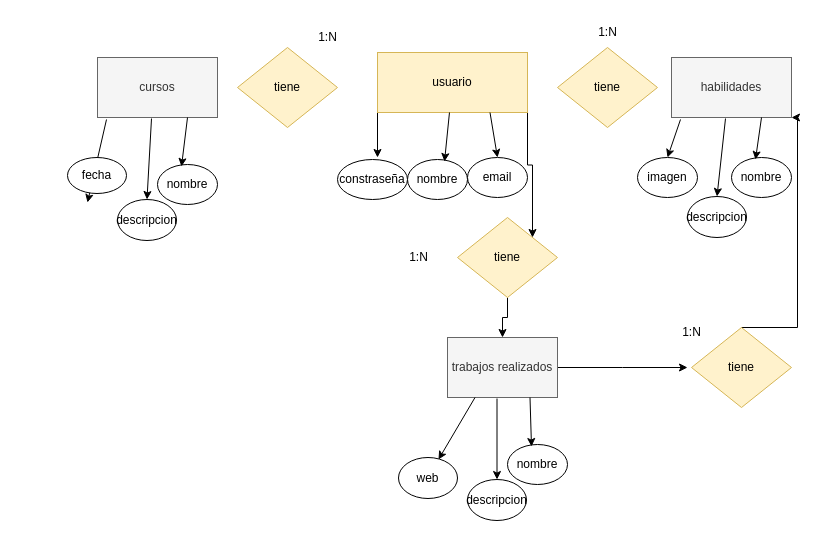
The draw.io diagram Diagrama sin título.drawio in Elianhad/backend-portfolio-hadad, before the edit. Source tidied: cells renumbered, new cells numbered last; positions are measured from the earlier drawing's top-left corner, leaving out a move shared by most shapes. Both pictures are drawn from the tidied source at 100%, with x=0, y=0 at pixel (67, 17).
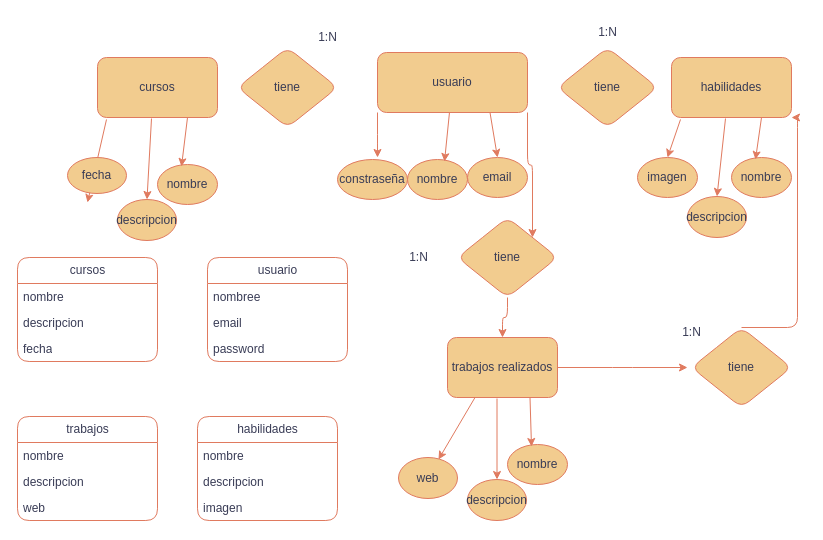
The same page after the edit.

The edit, as a diff of the source:
```diff
@@
-    <mxCell id="2" style="edgeStyle=orthogonalEdgeStyle;rounded=0;jettySize=auto;html=1;exitX=0;exitY=1;exitDx=0;exitDy=0;" parent="1" edge="1" source="4">
+    <mxCell id="2" style="edgeStyle=orthogonalEdgeStyle;rounded=1;jettySize=auto;html=1;exitX=0;exitY=1;exitDx=0;exitDy=0;labelBackgroundColor=none;strokeColor=#E07A5F;fontColor=default;" parent="1" edge="1" source="4">
       <mxGeometry relative="1" as="geometry">
         <mxPoint x="310" y="140" as="targetPoint" />
       </mxGeometry>
     </mxCell>
-    <mxCell id="3" style="edgeStyle=orthogonalEdgeStyle;rounded=0;jettySize=auto;html=1;exitX=1;exitY=1;exitDx=0;exitDy=0;entryX=1;entryY=0;entryDx=0;entryDy=0;" parent="1" edge="1" source="4" target="35">
+    <mxCell id="3" style="edgeStyle=orthogonalEdgeStyle;rounded=1;jettySize=auto;html=1;exitX=1;exitY=1;exitDx=0;exitDy=0;entryX=1;entryY=0;entryDx=0;entryDy=0;labelBackgroundColor=none;strokeColor=#E07A5F;fontColor=default;" parent="1" edge="1" source="4" target="35">
       <mxGeometry relative="1" as="geometry" />
     </mxCell>
-    <mxCell id="4" value="usuario" style="rounded=0;whiteSpace=wrap;html=1;fillColor=#fff2cc;strokeColor=#d6b656;" parent="1" vertex="1">
+    <mxCell id="4" value="usuario" style="rounded=1;whiteSpace=wrap;html=1;fillColor=#F2CC8F;strokeColor=#E07A5F;labelBackgroundColor=none;fontColor=#393C56;" parent="1" vertex="1">
       <mxGeometry x="310" y="35" width="150" height="60" as="geometry" />
     </mxCell>
-    <mxCell id="5" value="habilidades" style="rounded=0;whiteSpace=wrap;html=1;fillColor=#f5f5f5;fontColor=#333333;strokeColor=#666666;" parent="1" vertex="1">
+    <mxCell id="5" value="habilidades" style="rounded=1;whiteSpace=wrap;html=1;fillColor=#F2CC8F;fontColor=#393C56;strokeColor=#E07A5F;labelBackgroundColor=none;" parent="1" vertex="1">
       <mxGeometry x="604" y="40" width="120" height="60" as="geometry" />
     </mxCell>
-    <mxCell id="6" value="tiene" style="rhombus;whiteSpace=wrap;html=1;fillColor=#fff2cc;strokeColor=#d6b656;" parent="1" vertex="1">
+    <mxCell id="6" value="tiene" style="rhombus;whiteSpace=wrap;html=1;fillColor=#F2CC8F;strokeColor=#E07A5F;labelBackgroundColor=none;fontColor=#393C56;rounded=1;" parent="1" vertex="1">
       <mxGeometry x="490" y="30" width="100" height="80" as="geometry" />
     </mxCell>
-    <mxCell id="7" value="nombre" style="ellipse;whiteSpace=wrap;html=1;" parent="1" vertex="1">
+    <mxCell id="7" value="nombre" style="ellipse;whiteSpace=wrap;html=1;labelBackgroundColor=none;fillColor=#F2CC8F;strokeColor=#E07A5F;fontColor=#393C56;rounded=1;" parent="1" vertex="1">
       <mxGeometry x="340" y="142" width="60" height="40" as="geometry" />
     </mxCell>
-    <mxCell id="8" value="constraseña" style="ellipse;whiteSpace=wrap;html=1;" parent="1" vertex="1">
+    <mxCell id="8" value="constraseña" style="ellipse;whiteSpace=wrap;html=1;labelBackgroundColor=none;fillColor=#F2CC8F;strokeColor=#E07A5F;fontColor=#393C56;rounded=1;" parent="1" vertex="1">
       <mxGeometry x="270" y="142" width="70" height="40" as="geometry" />
     </mxCell>
-    <mxCell id="9" value="email" style="ellipse;whiteSpace=wrap;html=1;" parent="1" vertex="1">
+    <mxCell id="9" value="email" style="ellipse;whiteSpace=wrap;html=1;labelBackgroundColor=none;fillColor=#F2CC8F;strokeColor=#E07A5F;fontColor=#393C56;rounded=1;" parent="1" vertex="1">
       <mxGeometry x="400" y="140" width="60" height="40" as="geometry" />
     </mxCell>
-    <mxCell id="10" style="endArrow=classic;html=1;rounded=0;entryX=0.617;entryY=0.05;entryDx=0;entryDy=0;entryPerimeter=0;" parent="1" edge="1" source="4" target="7">
+    <mxCell id="10" style="endArrow=classic;html=1;rounded=1;entryX=0.617;entryY=0.05;entryDx=0;entryDy=0;entryPerimeter=0;labelBackgroundColor=none;strokeColor=#E07A5F;fontColor=default;" parent="1" edge="1" source="4" target="7">
       <mxGeometry relative="1" as="geometry" />
     </mxCell>
-    <mxCell id="11" style="endArrow=classic;html=1;rounded=0;exitX=0.75;exitY=1;exitDx=0;exitDy=0;entryX=0.5;entryY=0;entryDx=0;entryDy=0;" parent="1" edge="1" source="4" target="9">
+    <mxCell id="11" style="endArrow=classic;html=1;rounded=1;exitX=0.75;exitY=1;exitDx=0;exitDy=0;entryX=0.5;entryY=0;entryDx=0;entryDy=0;labelBackgroundColor=none;strokeColor=#E07A5F;fontColor=default;" parent="1" edge="1" source="4" target="9">
       <mxGeometry relative="1" as="geometry" />
     </mxCell>
-    <mxCell id="12" value="imagen" style="ellipse;whiteSpace=wrap;html=1;" parent="1" vertex="1">
+    <mxCell id="12" value="imagen" style="ellipse;whiteSpace=wrap;html=1;labelBackgroundColor=none;fillColor=#F2CC8F;strokeColor=#E07A5F;fontColor=#393C56;rounded=1;" parent="1" vertex="1">
       <mxGeometry x="570" y="140" width="60" height="40" as="geometry" />
     </mxCell>
-    <mxCell id="13" value="nombre" style="ellipse;whiteSpace=wrap;html=1;" parent="1" vertex="1">
+    <mxCell id="13" value="nombre" style="ellipse;whiteSpace=wrap;html=1;labelBackgroundColor=none;fillColor=#F2CC8F;strokeColor=#E07A5F;fontColor=#393C56;rounded=1;" parent="1" vertex="1">
       <mxGeometry x="664" y="140" width="60" height="40" as="geometry" />
     </mxCell>
-    <mxCell id="14" value="descripcion" style="ellipse;whiteSpace=wrap;html=1;" parent="1" vertex="1">
+    <mxCell id="14" value="descripcion" style="ellipse;whiteSpace=wrap;html=1;labelBackgroundColor=none;fillColor=#F2CC8F;strokeColor=#E07A5F;fontColor=#393C56;rounded=1;" parent="1" vertex="1">
       <mxGeometry x="620" y="179" width="59" height="41" as="geometry" />
     </mxCell>
-    <mxCell id="15" style="endArrow=classic;html=1;rounded=0;exitX=0.075;exitY=1.033;exitDx=0;exitDy=0;exitPerimeter=0;entryX=0.5;entryY=0;entryDx=0;entryDy=0;" parent="1" edge="1" source="5" target="12">
+    <mxCell id="15" style="endArrow=classic;html=1;rounded=1;exitX=0.075;exitY=1.033;exitDx=0;exitDy=0;exitPerimeter=0;entryX=0.5;entryY=0;entryDx=0;entryDy=0;labelBackgroundColor=none;strokeColor=#E07A5F;fontColor=default;" parent="1" edge="1" source="5" target="12">
       <mxGeometry relative="1" as="geometry" />
     </mxCell>
-    <mxCell id="16" style="endArrow=classic;html=1;rounded=0;exitX=0.45;exitY=1.017;exitDx=0;exitDy=0;exitPerimeter=0;entryX=0.5;entryY=0;entryDx=0;entryDy=0;" parent="1" edge="1" source="5" target="14">
+    <mxCell id="16" style="endArrow=classic;html=1;rounded=1;exitX=0.45;exitY=1.017;exitDx=0;exitDy=0;exitPerimeter=0;entryX=0.5;entryY=0;entryDx=0;entryDy=0;labelBackgroundColor=none;strokeColor=#E07A5F;fontColor=default;" parent="1" edge="1" source="5" target="14">
       <mxGeometry relative="1" as="geometry" />
     </mxCell>
-    <mxCell id="17" style="endArrow=classic;html=1;rounded=0;exitX=0.75;exitY=1;exitDx=0;exitDy=0;entryX=0.4;entryY=0.05;entryDx=0;entryDy=0;entryPerimeter=0;" parent="1" edge="1" source="5" target="13">
+    <mxCell id="17" style="endArrow=classic;html=1;rounded=1;exitX=0.75;exitY=1;exitDx=0;exitDy=0;entryX=0.4;entryY=0.05;entryDx=0;entryDy=0;entryPerimeter=0;labelBackgroundColor=none;strokeColor=#E07A5F;fontColor=default;" parent="1" edge="1" source="5" target="13">
       <mxGeometry relative="1" as="geometry" />
     </mxCell>
-    <mxCell id="18" value="1:N" style="text;html=1;align=center;verticalAlign=middle;strokeColor=none;fillColor=none;" parent="1" vertex="1">
+    <mxCell id="18" value="1:N" style="text;html=1;align=center;verticalAlign=middle;strokeColor=none;fillColor=none;labelBackgroundColor=none;fontColor=#393C56;rounded=1;" parent="1" vertex="1">
       <mxGeometry x="240" y="5" width="40" height="30" as="geometry" />
     </mxCell>
-    <mxCell id="19" value="tiene" style="rhombus;whiteSpace=wrap;html=1;fillColor=#fff2cc;strokeColor=#d6b656;" parent="1" vertex="1">
+    <mxCell id="19" value="tiene" style="rhombus;whiteSpace=wrap;html=1;fillColor=#F2CC8F;strokeColor=#E07A5F;labelBackgroundColor=none;fontColor=#393C56;rounded=1;" parent="1" vertex="1">
       <mxGeometry x="170" y="30" width="100" height="80" as="geometry" />
     </mxCell>
-    <mxCell id="20" value="cursos" style="rounded=0;whiteSpace=wrap;html=1;fillColor=#f5f5f5;fontColor=#333333;strokeColor=#666666;" parent="1" vertex="1">
+    <mxCell id="20" value="cursos" style="rounded=1;whiteSpace=wrap;html=1;fillColor=#F2CC8F;fontColor=#393C56;strokeColor=#E07A5F;labelBackgroundColor=none;" parent="1" vertex="1">
       <mxGeometry x="30" y="40" width="120" height="60" as="geometry" />
     </mxCell>
-    <mxCell id="21" value="nombre" style="ellipse;whiteSpace=wrap;html=1;" parent="1" vertex="1">
+    <mxCell id="21" value="nombre" style="ellipse;whiteSpace=wrap;html=1;labelBackgroundColor=none;fillColor=#F2CC8F;strokeColor=#E07A5F;fontColor=#393C56;rounded=1;" parent="1" vertex="1">
       <mxGeometry x="90" y="147" width="60" height="40" as="geometry" />
     </mxCell>
-    <mxCell id="22" value="descripcion" style="ellipse;whiteSpace=wrap;html=1;" parent="1" vertex="1">
+    <mxCell id="22" value="descripcion" style="ellipse;whiteSpace=wrap;html=1;labelBackgroundColor=none;fillColor=#F2CC8F;strokeColor=#E07A5F;fontColor=#393C56;rounded=1;" parent="1" vertex="1">
       <mxGeometry x="50" y="182" width="59" height="41" as="geometry" />
     </mxCell>
-    <mxCell id="23" style="endArrow=classic;html=1;rounded=0;exitX=0.075;exitY=1.033;exitDx=0;exitDy=0;exitPerimeter=0;entryX=0.5;entryY=0;entryDx=0;entryDy=0;" parent="1" edge="1" source="20">
+    <mxCell id="23" style="endArrow=classic;html=1;rounded=1;exitX=0.075;exitY=1.033;exitDx=0;exitDy=0;exitPerimeter=0;entryX=0.5;entryY=0;entryDx=0;entryDy=0;labelBackgroundColor=none;strokeColor=#E07A5F;fontColor=default;" parent="1" edge="1" source="20">
       <mxGeometry relative="1" as="geometry">
         <mxPoint x="20" y="185" as="targetPoint" />
       </mxGeometry>
     </mxCell>
-    <mxCell id="24" style="endArrow=classic;html=1;rounded=0;exitX=0.45;exitY=1.017;exitDx=0;exitDy=0;exitPerimeter=0;entryX=0.5;entryY=0;entryDx=0;entryDy=0;" parent="1" edge="1" source="20" target="22">
+    <mxCell id="24" style="endArrow=classic;html=1;rounded=1;exitX=0.45;exitY=1.017;exitDx=0;exitDy=0;exitPerimeter=0;entryX=0.5;entryY=0;entryDx=0;entryDy=0;labelBackgroundColor=none;strokeColor=#E07A5F;fontColor=default;" parent="1" edge="1" source="20" target="22">
       <mxGeometry relative="1" as="geometry" />
     </mxCell>
-    <mxCell id="25" style="endArrow=classic;html=1;rounded=0;exitX=0.75;exitY=1;exitDx=0;exitDy=0;entryX=0.4;entryY=0.05;entryDx=0;entryDy=0;entryPerimeter=0;" parent="1" edge="1" source="20" target="21">
+    <mxCell id="25" style="endArrow=classic;html=1;rounded=1;exitX=0.75;exitY=1;exitDx=0;exitDy=0;entryX=0.4;entryY=0.05;entryDx=0;entryDy=0;entryPerimeter=0;labelBackgroundColor=none;strokeColor=#E07A5F;fontColor=default;" parent="1" edge="1" source="20" target="21">
       <mxGeometry relative="1" as="geometry" />
     </mxCell>
-    <mxCell id="26" value="fecha" style="ellipse;whiteSpace=wrap;html=1;" parent="1" vertex="1">
+    <mxCell id="26" value="fecha" style="ellipse;whiteSpace=wrap;html=1;labelBackgroundColor=none;fillColor=#F2CC8F;strokeColor=#E07A5F;fontColor=#393C56;rounded=1;" parent="1" vertex="1">
       <mxGeometry y="140" width="59" height="36" as="geometry" />
     </mxCell>
-    <mxCell id="27" value="1:N" style="text;html=1;align=center;verticalAlign=middle;strokeColor=none;fillColor=none;" parent="1" vertex="1">
+    <mxCell id="27" value="1:N" style="text;html=1;align=center;verticalAlign=middle;strokeColor=none;fillColor=none;labelBackgroundColor=none;fontColor=#393C56;rounded=1;" parent="1" vertex="1">
       <mxGeometry x="520" width="40" height="30" as="geometry" />
     </mxCell>
-    <mxCell id="28" style="edgeStyle=orthogonalEdgeStyle;rounded=0;jettySize=auto;html=1;" parent="1" edge="1" source="29">
+    <mxCell id="28" style="edgeStyle=orthogonalEdgeStyle;rounded=1;jettySize=auto;html=1;labelBackgroundColor=none;strokeColor=#E07A5F;fontColor=default;" parent="1" edge="1" source="29">
       <mxGeometry relative="1" as="geometry">
         <mxPoint x="620" y="350" as="targetPoint" />
       </mxGeometry>
     </mxCell>
-    <mxCell id="29" value="trabajos realizados" style="rounded=0;whiteSpace=wrap;html=1;fillColor=#f5f5f5;fontColor=#333333;strokeColor=#666666;" parent="1" vertex="1">
+    <mxCell id="29" value="trabajos realizados" style="rounded=1;whiteSpace=wrap;html=1;fillColor=#F2CC8F;fontColor=#393C56;strokeColor=#E07A5F;labelBackgroundColor=none;" parent="1" vertex="1">
       <mxGeometry x="380" y="320" width="110" height="60" as="geometry" />
     </mxCell>
-    <mxCell id="30" value="nombre" style="ellipse;whiteSpace=wrap;html=1;" parent="1" vertex="1">
+    <mxCell id="30" value="nombre" style="ellipse;whiteSpace=wrap;html=1;labelBackgroundColor=none;fillColor=#F2CC8F;strokeColor=#E07A5F;fontColor=#393C56;rounded=1;" parent="1" vertex="1">
       <mxGeometry x="440" y="427" width="60" height="40" as="geometry" />
     </mxCell>
-    <mxCell id="31" value="descripcion" style="ellipse;whiteSpace=wrap;html=1;" parent="1" vertex="1">
+    <mxCell id="31" value="descripcion" style="ellipse;whiteSpace=wrap;html=1;labelBackgroundColor=none;fillColor=#F2CC8F;strokeColor=#E07A5F;fontColor=#393C56;rounded=1;" parent="1" vertex="1">
       <mxGeometry x="400" y="462" width="59" height="41" as="geometry" />
     </mxCell>
-    <mxCell id="32" style="endArrow=classic;html=1;rounded=0;exitX=0.45;exitY=1.017;exitDx=0;exitDy=0;exitPerimeter=0;entryX=0.5;entryY=0;entryDx=0;entryDy=0;" parent="1" edge="1" source="29" target="31">
+    <mxCell id="32" style="endArrow=classic;html=1;rounded=1;exitX=0.45;exitY=1.017;exitDx=0;exitDy=0;exitPerimeter=0;entryX=0.5;entryY=0;entryDx=0;entryDy=0;labelBackgroundColor=none;strokeColor=#E07A5F;fontColor=default;" parent="1" edge="1" source="29" target="31">
       <mxGeometry relative="1" as="geometry" />
     </mxCell>
-    <mxCell id="33" style="endArrow=classic;html=1;rounded=0;exitX=0.75;exitY=1;exitDx=0;exitDy=0;entryX=0.4;entryY=0.05;entryDx=0;entryDy=0;entryPerimeter=0;" parent="1" edge="1" source="29" target="30">
+    <mxCell id="33" style="endArrow=classic;html=1;rounded=1;exitX=0.75;exitY=1;exitDx=0;exitDy=0;entryX=0.4;entryY=0.05;entryDx=0;entryDy=0;entryPerimeter=0;labelBackgroundColor=none;strokeColor=#E07A5F;fontColor=default;" parent="1" edge="1" source="29" target="30">
       <mxGeometry relative="1" as="geometry" />
     </mxCell>
-    <mxCell id="34" style="edgeStyle=orthogonalEdgeStyle;rounded=0;jettySize=auto;html=1;exitX=0.5;exitY=1;exitDx=0;exitDy=0;entryX=0.5;entryY=0;entryDx=0;entryDy=0;" parent="1" edge="1" source="35" target="29">
+    <mxCell id="34" style="edgeStyle=orthogonalEdgeStyle;rounded=1;jettySize=auto;html=1;exitX=0.5;exitY=1;exitDx=0;exitDy=0;entryX=0.5;entryY=0;entryDx=0;entryDy=0;labelBackgroundColor=none;strokeColor=#E07A5F;fontColor=default;" parent="1" edge="1" source="35" target="29">
       <mxGeometry relative="1" as="geometry" />
     </mxCell>
-    <mxCell id="35" value="tiene" style="rhombus;whiteSpace=wrap;html=1;fillColor=#fff2cc;strokeColor=#d6b656;" parent="1" vertex="1">
+    <mxCell id="35" value="tiene" style="rhombus;whiteSpace=wrap;html=1;fillColor=#F2CC8F;strokeColor=#E07A5F;labelBackgroundColor=none;fontColor=#393C56;rounded=1;" parent="1" vertex="1">
       <mxGeometry x="390" y="200" width="100" height="80" as="geometry" />
     </mxCell>
-    <mxCell id="36" style="edgeStyle=orthogonalEdgeStyle;rounded=0;jettySize=auto;html=1;exitX=0.5;exitY=0;exitDx=0;exitDy=0;entryX=1;entryY=1;entryDx=0;entryDy=0;" parent="1" edge="1" source="37" target="5">
+    <mxCell id="36" style="edgeStyle=orthogonalEdgeStyle;rounded=1;jettySize=auto;html=1;exitX=0.5;exitY=0;exitDx=0;exitDy=0;entryX=1;entryY=1;entryDx=0;entryDy=0;labelBackgroundColor=none;strokeColor=#E07A5F;fontColor=default;" parent="1" edge="1" source="37" target="5">
       <mxGeometry relative="1" as="geometry">
         <Array as="points">
           <mxPoint x="730" y="310" />
           <mxPoint x="730" y="100" />
         </Array>
       </mxGeometry>
     </mxCell>
-    <mxCell id="37" value="tiene" style="rhombus;whiteSpace=wrap;html=1;fillColor=#fff2cc;strokeColor=#d6b656;" parent="1" vertex="1">
+    <mxCell id="37" value="tiene" style="rhombus;whiteSpace=wrap;html=1;fillColor=#F2CC8F;strokeColor=#E07A5F;labelBackgroundColor=none;fontColor=#393C56;rounded=1;" parent="1" vertex="1">
       <mxGeometry x="624" y="310" width="100" height="80" as="geometry" />
     </mxCell>
-    <mxCell id="38" value="web" style="ellipse;whiteSpace=wrap;html=1;" parent="1" vertex="1">
+    <mxCell id="38" value="web" style="ellipse;whiteSpace=wrap;html=1;labelBackgroundColor=none;fillColor=#F2CC8F;strokeColor=#E07A5F;fontColor=#393C56;rounded=1;" parent="1" vertex="1">
       <mxGeometry x="331" y="440" width="59" height="41" as="geometry" />
     </mxCell>
-    <mxCell id="39" style="edgeStyle=none;jettySize=auto;html=1;rounded=0;exitX=0.25;exitY=1;exitDx=0;exitDy=0;entryX=0.678;entryY=0.049;entryDx=0;entryDy=0;entryPerimeter=0;" parent="1" edge="1" source="29" target="38">
+    <mxCell id="39" style="edgeStyle=none;jettySize=auto;html=1;rounded=1;exitX=0.25;exitY=1;exitDx=0;exitDy=0;entryX=0.678;entryY=0.049;entryDx=0;entryDy=0;entryPerimeter=0;labelBackgroundColor=none;strokeColor=#E07A5F;fontColor=default;" parent="1" edge="1" source="29" target="38">
       <mxGeometry relative="1" as="geometry" />
     </mxCell>
-    <mxCell id="40" value="1:N" style="text;html=1;align=center;verticalAlign=middle;strokeColor=none;fillColor=none;" parent="1" vertex="1">
+    <mxCell id="40" value="1:N" style="text;html=1;align=center;verticalAlign=middle;strokeColor=none;fillColor=none;labelBackgroundColor=none;fontColor=#393C56;rounded=1;" parent="1" vertex="1">
       <mxGeometry x="331" y="225" width="40" height="30" as="geometry" />
     </mxCell>
-    <mxCell id="41" value="1:N" style="text;html=1;align=center;verticalAlign=middle;strokeColor=none;fillColor=none;" parent="1" vertex="1">
+    <mxCell id="41" value="1:N" style="text;html=1;align=center;verticalAlign=middle;strokeColor=none;fillColor=none;labelBackgroundColor=none;fontColor=#393C56;rounded=1;" parent="1" vertex="1">
       <mxGeometry x="604" y="300" width="40" height="30" as="geometry" />
     </mxCell>
+    <mxCell id="42" value="cursos" style="swimlane;fontStyle=0;horizontal=1;startSize=26;fillColor=none;html=1;labelBackgroundColor=none;strokeColor=#E07A5F;fontColor=#393C56;rounded=1;" parent="1" vertex="1">
+      <mxGeometry x="-50" y="240" width="140" height="104" as="geometry" />
+    </mxCell>
+    <mxCell id="43" value="nombre&lt;span style=&quot;white-space: pre;&quot;&gt; &lt;/span&gt;" style="text;strokeColor=none;fillColor=none;align=left;verticalAlign=top;spacingLeft=4;spacingRight=4;overflow=hidden;whiteSpace=wrap;html=1;labelBackgroundColor=none;fontColor=#393C56;rounded=1;" parent="42" vertex="1">
+      <mxGeometry y="26" width="140" height="26" as="geometry" />
+    </mxCell>
+    <mxCell id="44" value="descripcion" style="text;strokeColor=none;fillColor=none;align=left;verticalAlign=top;spacingLeft=4;spacingRight=4;overflow=hidden;whiteSpace=wrap;html=1;labelBackgroundColor=none;fontColor=#393C56;rounded=1;" parent="42" vertex="1">
+      <mxGeometry y="52" width="140" height="26" as="geometry" />
+    </mxCell>
+    <mxCell id="45" value="fecha" style="text;strokeColor=none;fillColor=none;align=left;verticalAlign=top;spacingLeft=4;spacingRight=4;overflow=hidden;whiteSpace=wrap;html=1;labelBackgroundColor=none;fontColor=#393C56;rounded=1;" parent="42" vertex="1">
+      <mxGeometry y="78" width="140" height="26" as="geometry" />
+    </mxCell>
+    <mxCell id="46" value="usuario" style="swimlane;fontStyle=0;horizontal=1;startSize=26;fillColor=none;html=1;labelBackgroundColor=none;strokeColor=#E07A5F;fontColor=#393C56;rounded=1;" parent="1" vertex="1">
+      <mxGeometry x="140" y="240" width="140" height="104" as="geometry" />
+    </mxCell>
+    <mxCell id="47" value="nombree" style="text;strokeColor=none;fillColor=none;align=left;verticalAlign=top;spacingLeft=4;spacingRight=4;overflow=hidden;whiteSpace=wrap;html=1;labelBackgroundColor=none;fontColor=#393C56;rounded=1;" parent="46" vertex="1">
+      <mxGeometry y="26" width="140" height="26" as="geometry" />
+    </mxCell>
+    <mxCell id="48" value="email" style="text;strokeColor=none;fillColor=none;align=left;verticalAlign=top;spacingLeft=4;spacingRight=4;overflow=hidden;whiteSpace=wrap;html=1;labelBackgroundColor=none;fontColor=#393C56;rounded=1;" parent="46" vertex="1">
+      <mxGeometry y="52" width="140" height="26" as="geometry" />
+    </mxCell>
+    <mxCell id="49" value="password" style="text;strokeColor=none;fillColor=none;align=left;verticalAlign=top;spacingLeft=4;spacingRight=4;overflow=hidden;whiteSpace=wrap;html=1;labelBackgroundColor=none;fontColor=#393C56;rounded=1;" parent="46" vertex="1">
+      <mxGeometry y="78" width="140" height="26" as="geometry" />
+    </mxCell>
+    <mxCell id="50" value="trabajos" style="swimlane;fontStyle=0;horizontal=1;startSize=26;fillColor=none;html=1;labelBackgroundColor=none;strokeColor=#E07A5F;fontColor=#393C56;rounded=1;" parent="1" vertex="1">
+      <mxGeometry x="-50" y="399" width="140" height="104" as="geometry" />
+    </mxCell>
+    <mxCell id="51" value="nombre" style="text;strokeColor=none;fillColor=none;align=left;verticalAlign=top;spacingLeft=4;spacingRight=4;overflow=hidden;whiteSpace=wrap;html=1;labelBackgroundColor=none;fontColor=#393C56;rounded=1;" parent="50" vertex="1">
+      <mxGeometry y="26" width="140" height="26" as="geometry" />
+    </mxCell>
+    <mxCell id="52" value="descripcion" style="text;strokeColor=none;fillColor=none;align=left;verticalAlign=top;spacingLeft=4;spacingRight=4;overflow=hidden;whiteSpace=wrap;html=1;labelBackgroundColor=none;fontColor=#393C56;rounded=1;" parent="50" vertex="1">
+      <mxGeometry y="52" width="140" height="26" as="geometry" />
+    </mxCell>
+    <mxCell id="53" value="web" style="text;strokeColor=none;fillColor=none;align=left;verticalAlign=top;spacingLeft=4;spacingRight=4;overflow=hidden;whiteSpace=wrap;html=1;labelBackgroundColor=none;fontColor=#393C56;rounded=1;" parent="50" vertex="1">
+      <mxGeometry y="78" width="140" height="26" as="geometry" />
+    </mxCell>
+    <mxCell id="54" value="habilidades" style="swimlane;fontStyle=0;horizontal=1;startSize=26;fillColor=none;html=1;labelBackgroundColor=none;strokeColor=#E07A5F;fontColor=#393C56;rounded=1;" parent="1" vertex="1">
+      <mxGeometry x="130" y="399" width="140" height="104" as="geometry" />
+    </mxCell>
+    <mxCell id="55" value="nombre" style="text;strokeColor=none;fillColor=none;align=left;verticalAlign=top;spacingLeft=4;spacingRight=4;overflow=hidden;whiteSpace=wrap;html=1;labelBackgroundColor=none;fontColor=#393C56;rounded=1;" parent="54" vertex="1">
+      <mxGeometry y="26" width="140" height="26" as="geometry" />
+    </mxCell>
+    <mxCell id="56" value="descripcion" style="text;strokeColor=none;fillColor=none;align=left;verticalAlign=top;spacingLeft=4;spacingRight=4;overflow=hidden;whiteSpace=wrap;html=1;labelBackgroundColor=none;fontColor=#393C56;rounded=1;" parent="54" vertex="1">
+      <mxGeometry y="52" width="140" height="26" as="geometry" />
+    </mxCell>
+    <mxCell id="57" value="imagen" style="text;strokeColor=none;fillColor=none;align=left;verticalAlign=top;spacingLeft=4;spacingRight=4;overflow=hidden;whiteSpace=wrap;html=1;labelBackgroundColor=none;fontColor=#393C56;rounded=1;" parent="54" vertex="1">
+      <mxGeometry y="78" width="140" height="26" as="geometry" />
+    </mxCell>
```
